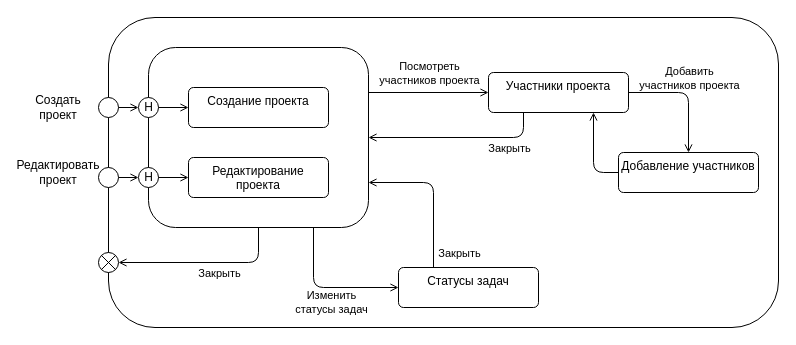
The draw.io diagram ui/automata/raw/create_edit_project.drawio in aVorotnikov/thunder_board, before the edit. Source tidied: cells renumbered, new cells numbered last; positions are measured from the earlier drawing's top-left corner, leaving out a move shared by most shapes. Both pictures are drawn from the tidied source at 100%, with x=0, y=0 at pixel (28, 17).
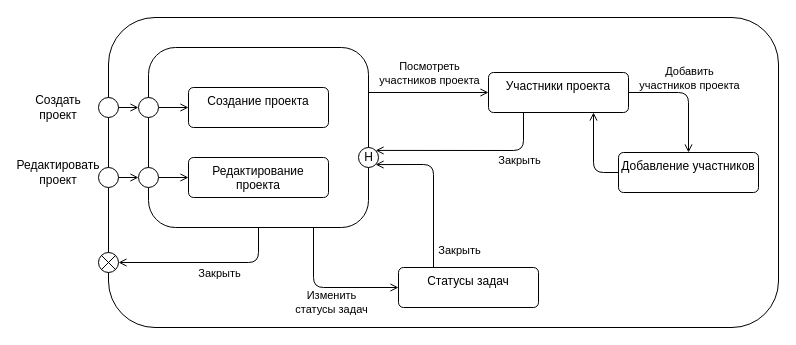
The same diagram, later.

Commit message (it also covers changes not shown here):
Изменена работа с историческим состоянием

The change refers to these unchanged cells:
```xml
<mxCell id="3" style="rounded=1;whiteSpace=wrap;html=1;" parent="1" vertex="1">
  <mxGeometry x="120" y="30" width="220" height="180" as="geometry" />
</mxCell>
<mxCell id="4" value="Создание проекта" style="html=1;align=center;verticalAlign=top;rounded=1;absoluteArcSize=1;arcSize=10;dashed=0;whiteSpace=wrap;" parent="1" vertex="1">
  <mxGeometry x="160" y="70" width="140" height="40" as="geometry" />
</mxCell>
<mxCell id="5" value="Редактирование проекта" style="html=1;align=center;verticalAlign=top;rounded=1;absoluteArcSize=1;arcSize=10;dashed=0;whiteSpace=wrap;" parent="1" vertex="1">
  <mxGeometry x="160" y="140" width="140" height="40" as="geometry" />
</mxCell>
<mxCell id="11" style="ellipse;" parent="1" vertex="1">
  <mxGeometry x="70" y="80" width="20" height="20" as="geometry" />
</mxCell>
<mxCell id="12" style="ellipse;" parent="1" vertex="1">
  <mxGeometry x="70" y="150" width="20" height="20" as="geometry" />
</mxCell>
<mxCell id="19" value="Статусы задач" style="html=1;align=center;verticalAlign=top;rounded=1;absoluteArcSize=1;arcSize=10;dashed=0;whiteSpace=wrap;" parent="1" vertex="1">
  <mxGeometry x="370" y="250" width="140" height="40" as="geometry" />
</mxCell>
<mxCell id="24" value="Участники проекта" style="html=1;align=center;verticalAlign=top;rounded=1;absoluteArcSize=1;arcSize=10;dashed=0;whiteSpace=wrap;" parent="1" vertex="1">
  <mxGeometry x="460" y="55" width="140" height="40" as="geometry" />
</mxCell>
```

Diff of the diagram source:
```diff
@@
-    <mxCell id="6" value="H" style="ellipse;html=1;" parent="1" vertex="1">
-      <mxGeometry x="110" y="80" width="20" height="20" as="geometry" />
-    </mxCell>
-    <mxCell id="7" value="H" style="ellipse;html=1;" parent="1" vertex="1">
-      <mxGeometry x="110" y="150" width="20" height="20" as="geometry" />
-    </mxCell>
-    <mxCell id="8" style="endArrow=open;html=1;rounded=0;exitX=1;exitY=0.5;exitDx=0;exitDy=0;entryX=0;entryY=0.5;entryDx=0;entryDy=0;endFill=0;" parent="1" edge="1" source="6" target="4">
+    <mxCell id="8" style="endArrow=open;html=1;rounded=0;exitX=1;exitY=0.5;exitDx=0;exitDy=0;entryX=0;entryY=0.5;entryDx=0;entryDy=0;endFill=0;" parent="1" edge="1" source="34" target="4">
       <mxGeometry relative="1" as="geometry" />
     </mxCell>
-    <mxCell id="9" style="endArrow=open;html=1;rounded=0;exitX=1;exitY=0.5;exitDx=0;exitDy=0;entryX=0;entryY=0.5;entryDx=0;entryDy=0;endFill=0;" parent="1" edge="1" source="7" target="5">
+    <mxCell id="9" style="endArrow=open;html=1;rounded=0;exitX=1;exitY=0.5;exitDx=0;exitDy=0;entryX=0;entryY=0.5;entryDx=0;entryDy=0;endFill=0;" parent="1" edge="1" source="35" target="5">
       <mxGeometry relative="1" as="geometry" />
     </mxCell>
@@
-    <mxCell id="15" style="endArrow=open;html=1;rounded=0;exitX=1;exitY=0.5;exitDx=0;exitDy=0;entryX=0;entryY=0.5;entryDx=0;entryDy=0;endFill=0;" parent="1" edge="1" source="12" target="7">
+    <mxCell id="15" style="endArrow=open;html=1;rounded=0;exitX=1;exitY=0.5;exitDx=0;exitDy=0;entryX=0;entryY=0.5;entryDx=0;entryDy=0;endFill=0;" parent="1" edge="1" source="12" target="35">
       <mxGeometry relative="1" as="geometry" />
     </mxCell>
-    <mxCell id="16" style="endArrow=open;html=1;rounded=0;exitX=1;exitY=0.5;exitDx=0;exitDy=0;entryX=0;entryY=0.5;entryDx=0;entryDy=0;endFill=0;" parent="1" edge="1" source="11" target="6">
+    <mxCell id="16" style="endArrow=open;html=1;rounded=0;exitX=1;exitY=0.5;exitDx=0;exitDy=0;entryX=0;entryY=0.5;entryDx=0;entryDy=0;endFill=0;" parent="1" edge="1" source="11" target="34">
       <mxGeometry relative="1" as="geometry" />
     </mxCell>
@@
-    <mxCell id="22" style="endArrow=open;html=1;rounded=1;exitX=0.25;exitY=0;exitDx=0;exitDy=0;entryX=1;entryY=0.75;entryDx=0;entryDy=0;endFill=0;curved=0;" parent="1" edge="1" source="19" target="3">
+    <mxCell id="22" style="endArrow=open;html=1;rounded=1;exitX=0.25;exitY=0;exitDx=0;exitDy=0;entryX=1;entryY=1;entryDx=0;entryDy=0;endFill=0;curved=0;" parent="1" edge="1" source="19" target="33">
       <mxGeometry relative="1" as="geometry">
         <Array as="points">
-          <mxPoint x="405" y="165" />
+          <mxPoint x="405" y="147" />
         </Array>
       </mxGeometry>
     </mxCell>
@@
-    <mxCell id="27" style="endArrow=open;html=1;rounded=1;exitX=0.25;exitY=1;exitDx=0;exitDy=0;entryX=1;entryY=0.5;entryDx=0;entryDy=0;endFill=0;curved=0;" parent="1" edge="1" source="24" target="3">
+    <mxCell id="27" style="endArrow=open;html=1;rounded=1;exitX=0.25;exitY=1;exitDx=0;exitDy=0;entryX=1;entryY=0;entryDx=0;entryDy=0;endFill=0;curved=0;" parent="1" edge="1" source="24" target="33">
       <mxGeometry relative="1" as="geometry">
         <Array as="points">
-          <mxPoint x="495" y="120" />
+          <mxPoint x="495" y="133" />
         </Array>
       </mxGeometry>
     </mxCell>
@@
+    <mxCell id="33" value="H" style="ellipse;html=1;" parent="1" vertex="1">
+      <mxGeometry x="330" y="130" width="20" height="20" as="geometry" />
+    </mxCell>
+    <mxCell id="34" style="ellipse;" parent="1" vertex="1">
+      <mxGeometry x="110" y="80" width="20" height="20" as="geometry" />
+    </mxCell>
+    <mxCell id="35" style="ellipse;" parent="1" vertex="1">
+      <mxGeometry x="110" y="150" width="20" height="20" as="geometry" />
+    </mxCell>
```
